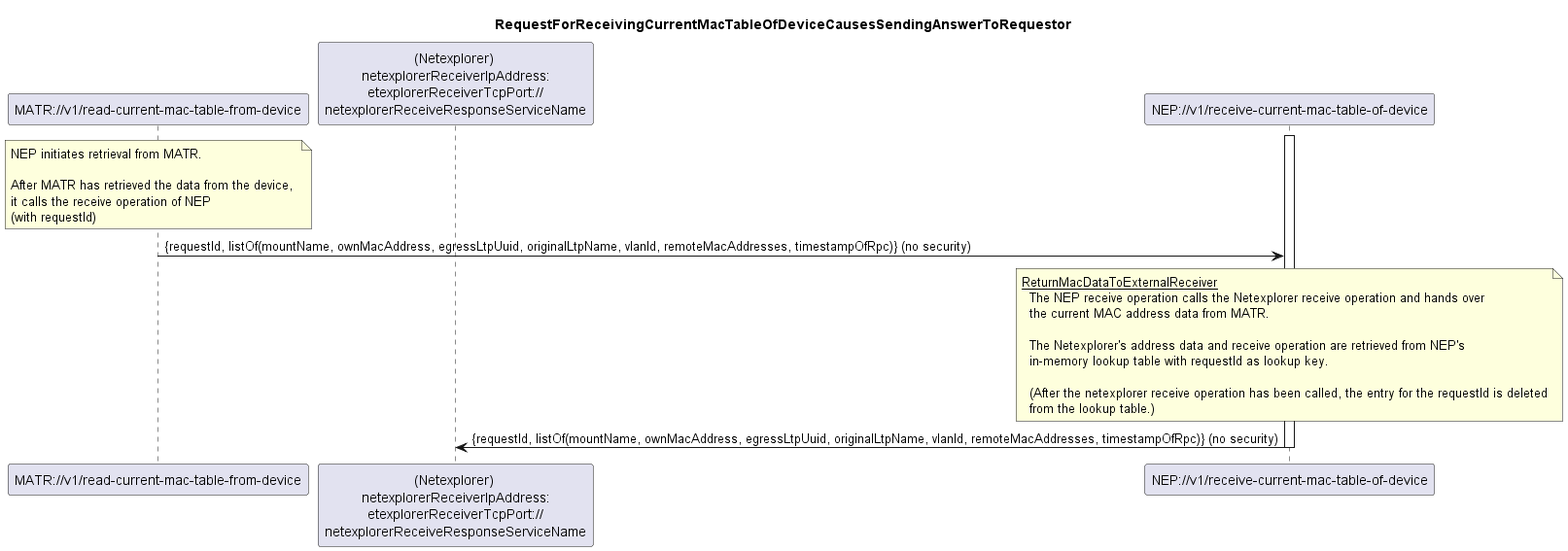
Above: spec/diagrams/003_ReceiveCurrentMacTableOfDevice.png in openBackhaul/NetExplorerProxy (PlantUML), before the change.
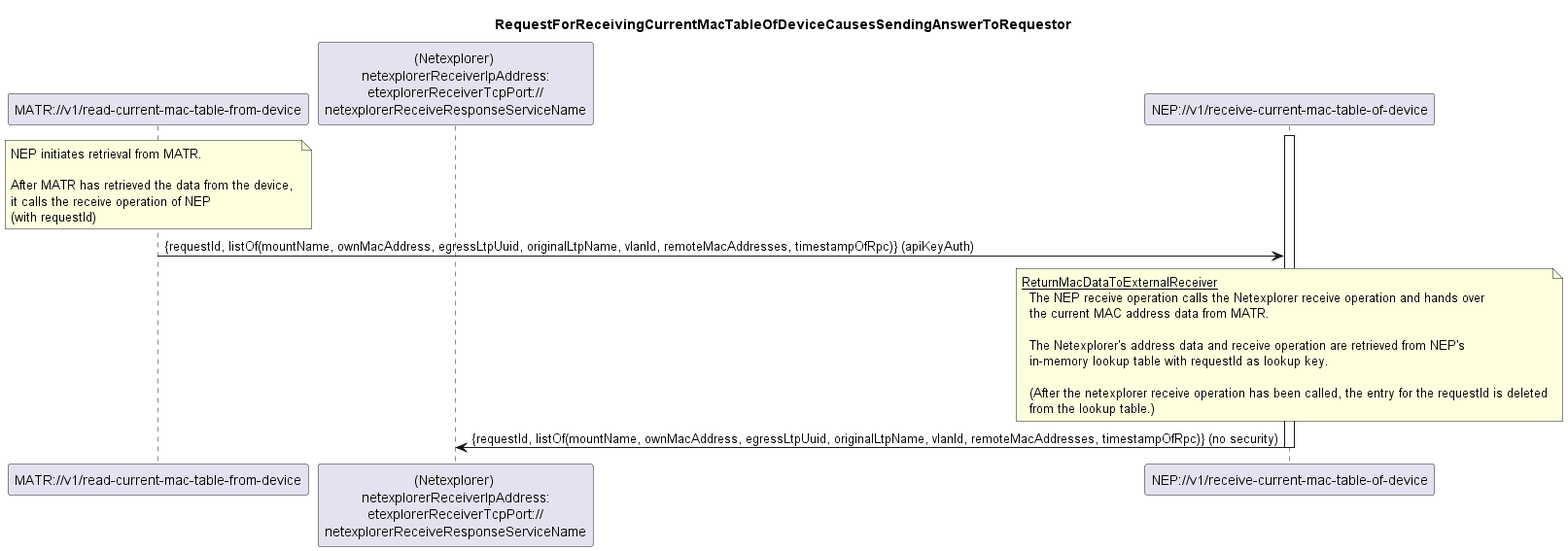
After the change.

What changed in the source:
```diff
@@ -18,7 +18,7 @@
   it calls the receive operation of NEP
   (with requestId)
 end note
-matr -> nep: {requestId, listOf(mountName, ownMacAddress, egressLtpUuid, originalLtpName, vlanId, remoteMacAddresses, timestampOfRpc)} (no security)
+matr -> nep: {requestId, listOf(mountName, ownMacAddress, egressLtpUuid, originalLtpName, vlanId, remoteMacAddresses, timestampOfRpc)} (apiKeyAuth)
 
 
 note over nep
```
